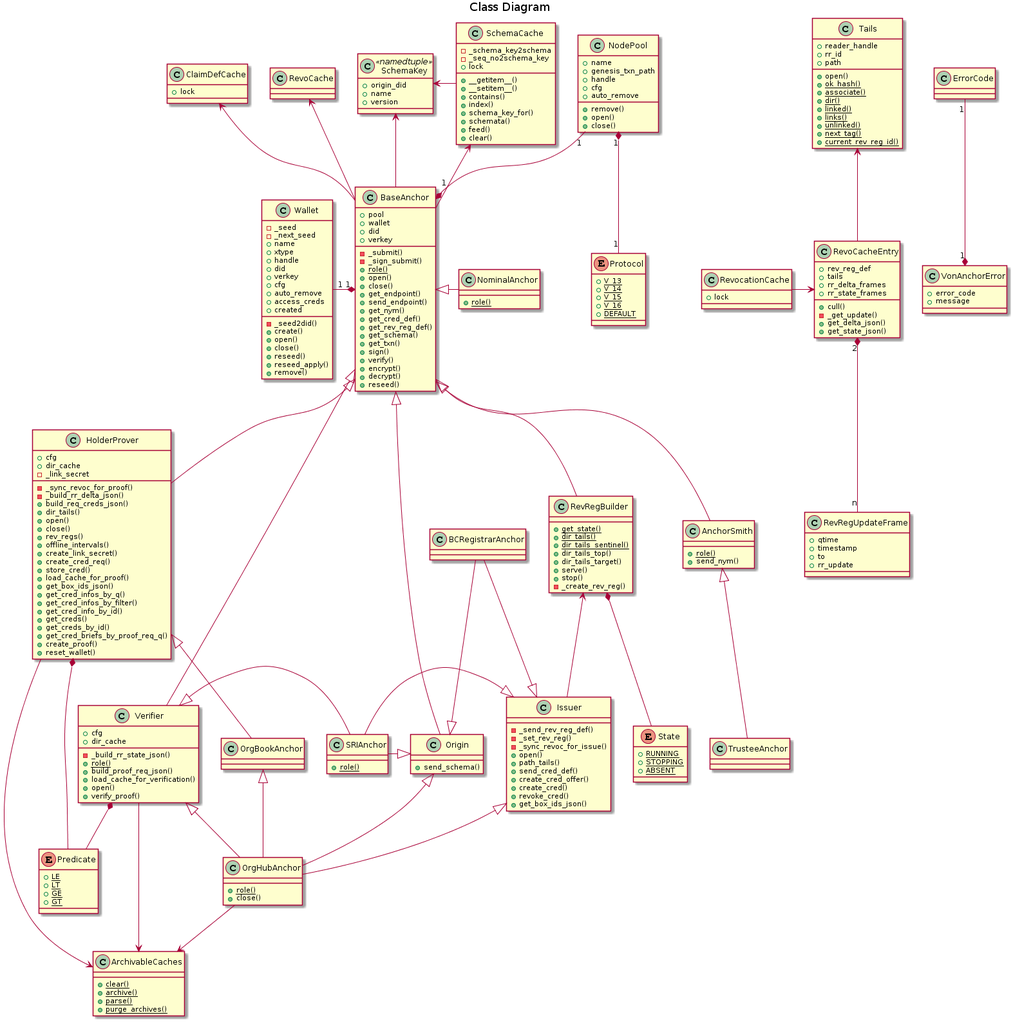
Earlier version of the PlantUML export docs/source/pic/class.png (PSPC-SPAC-buyandsell/von_anchor).
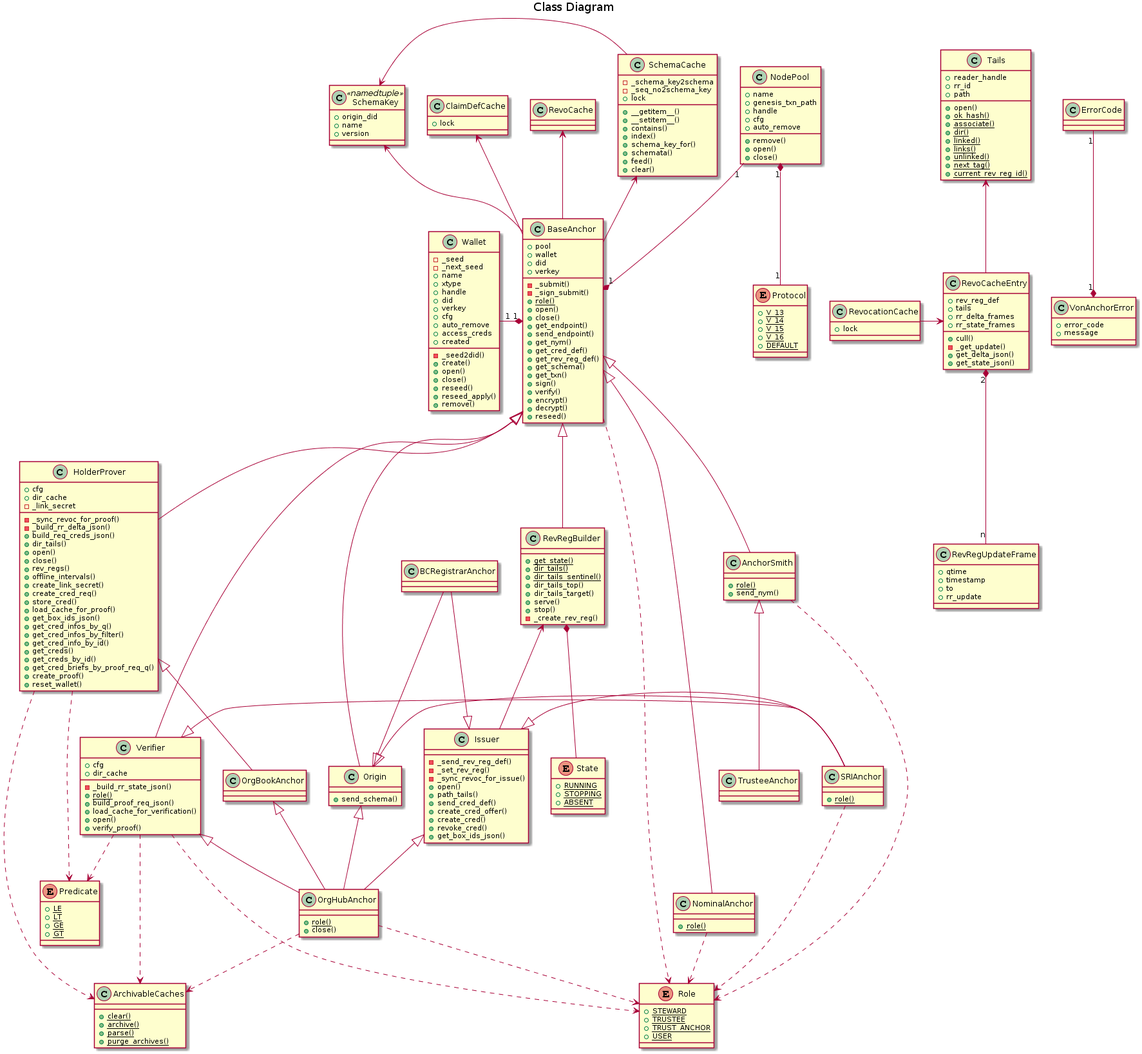
The same file after the commit.

Diff of the diagram source:
```diff
@@ -125,6 +125,12 @@
     {static} +GT
 }
 
+enum Role {
+    {static} +STEWARD
+    {static} +TRUSTEE
+    {static} +TRUST_ANCHOR
+    {static} +USER
+}
 
 class BaseAnchor {
     +pool
@@ -293,10 +299,17 @@
 Origin <|-- OrgHubAnchor
 Verifier <|-- OrgHubAnchor
 
-HolderProver --> ArchivableCaches
-Verifier --> ArchivableCaches
-OrgHubAnchor --> ArchivableCaches
+HolderProver ..> ArchivableCaches
+Verifier ..> ArchivableCaches
+OrgHubAnchor ..> ArchivableCaches
 
-HolderProver *-- Predicate
-Verifier *-- Predicate
+HolderProver ..> Predicate
+Verifier ..> Predicate
+
+BaseAnchor ..> Role
+AnchorSmith ..> Role
+Verifier ..> Role
+NominalAnchor ..> Role
+OrgHubAnchor ..> Role
+SRIAnchor ..> Role
 @enduml
```
